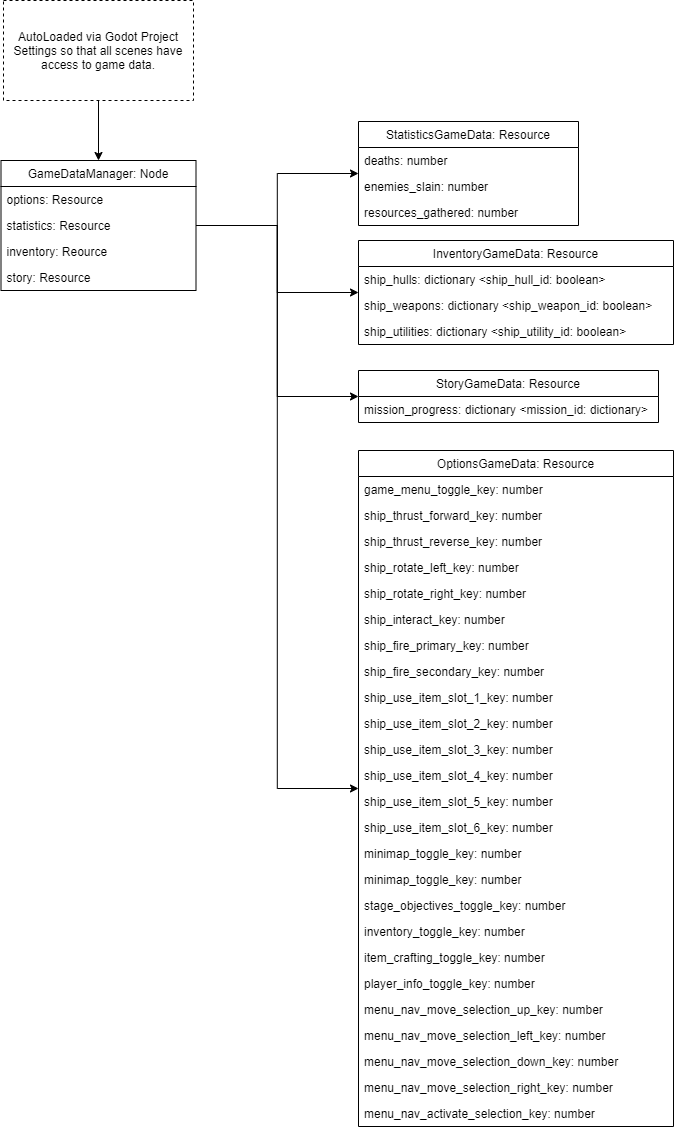
Above: docs/images/game_data_uml.png in gaudeon/interstice_fall_of_atlas (draw.io), before the change. Source tidied: cells renumbered, new cells last; positions are measured from the earlier drawing's top-left corner, leaving out a move shared by most shapes.
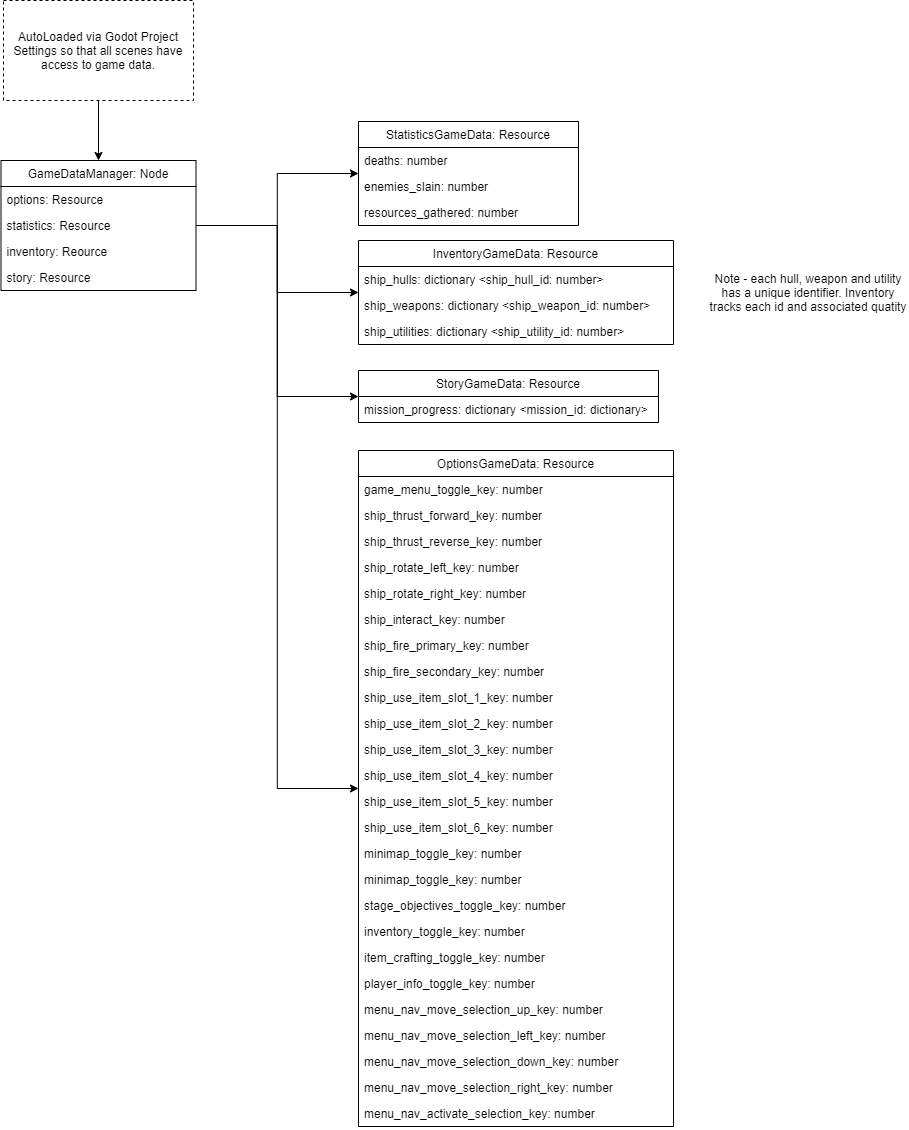
Above is the later version.

Commit message:
slight redesign of inventory to track quatities

Diff of the diagram source:
```diff
@@ -125,13 +125,13 @@
     <mxCell id="42" value="InventoryGameData: Resource" style="swimlane;fontStyle=0;horizontal=1;startSize=26;fillColor=none;" parent="1" vertex="1">
       <mxGeometry x="358" y="240" width="315" height="104" as="geometry" />
     </mxCell>
-    <mxCell id="43" value="ship_hulls: dictionary &lt;ship_hull_id: boolean&gt;" style="text;strokeColor=none;fillColor=none;align=left;verticalAlign=top;spacingLeft=4;spacingRight=4;overflow=hidden;" parent="42" vertex="1">
+    <mxCell id="43" value="ship_hulls: dictionary &lt;ship_hull_id: number&gt;" style="text;strokeColor=none;fillColor=none;align=left;verticalAlign=top;spacingLeft=4;spacingRight=4;overflow=hidden;" parent="42" vertex="1">
       <mxGeometry y="26" width="315" height="26" as="geometry" />
     </mxCell>
-    <mxCell id="44" value="ship_weapons: dictionary &lt;ship_weapon_id: boolean&gt;" style="text;strokeColor=none;fillColor=none;align=left;verticalAlign=top;spacingLeft=4;spacingRight=4;overflow=hidden;" parent="42" vertex="1">
+    <mxCell id="44" value="ship_weapons: dictionary &lt;ship_weapon_id: number&gt;" style="text;strokeColor=none;fillColor=none;align=left;verticalAlign=top;spacingLeft=4;spacingRight=4;overflow=hidden;" parent="42" vertex="1">
       <mxGeometry y="52" width="315" height="26" as="geometry" />
     </mxCell>
-    <mxCell id="45" value="ship_utilities: dictionary &lt;ship_utility_id: boolean&gt;" style="text;strokeColor=none;fillColor=none;align=left;verticalAlign=top;spacingLeft=4;spacingRight=4;overflow=hidden;" parent="42" vertex="1">
+    <mxCell id="45" value="ship_utilities: dictionary &lt;ship_utility_id: number&gt;" style="text;strokeColor=none;fillColor=none;align=left;verticalAlign=top;spacingLeft=4;spacingRight=4;overflow=hidden;" parent="42" vertex="1">
       <mxGeometry y="78" width="315" height="26" as="geometry" />
     </mxCell>
     <mxCell id="46" value="StoryGameData: Resource" style="swimlane;fontStyle=0;horizontal=1;startSize=26;fillColor=none;" parent="1" vertex="1">
@@ -143,5 +143,8 @@
     <mxCell id="48" style="edgeStyle=orthogonalEdgeStyle;rounded=0;jettySize=auto;html=1;exitX=1;exitY=0.5;exitDx=0;exitDy=0;entryX=0;entryY=0.5;entryDx=0;entryDy=0;" parent="1" edge="1" source="7" target="38">
       <mxGeometry relative="1" as="geometry" />
     </mxCell>
+    <mxCell id="49" value="Note - each hull, weapon and utility has a unique identifier. Inventory tracks each id and associated quatity" style="text;html=1;strokeColor=none;fillColor=none;align=center;verticalAlign=middle;whiteSpace=wrap;rounded=0;" parent="1" vertex="1">
+      <mxGeometry x="708" y="263" width="200" height="58" as="geometry" />
+    </mxCell>
   </root>
 </mxGraphModel>
```
